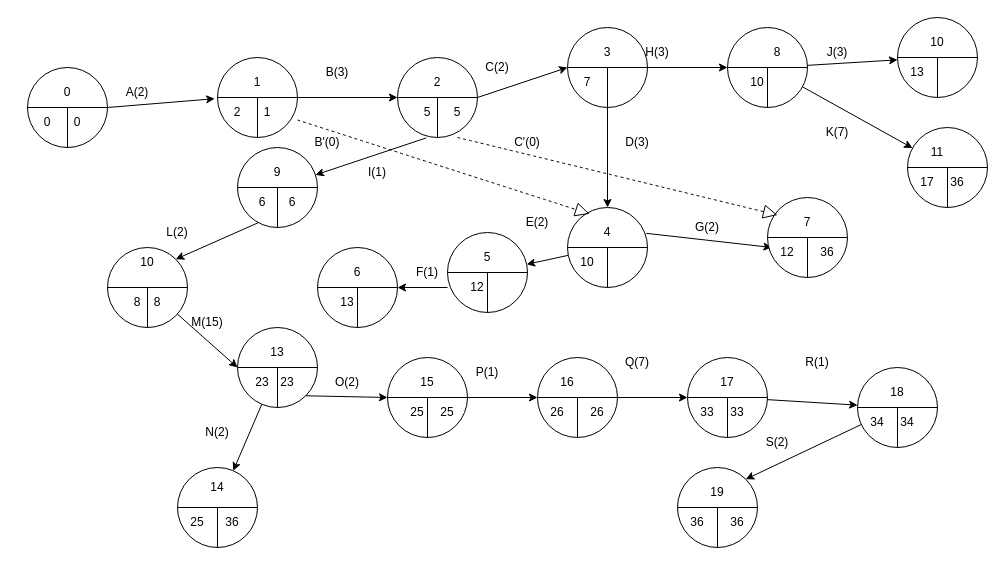
The draw.io diagram page "Page-2" (2 of 2) of organigramme.drawio in fathia09/Projet-Long, before the edit. Source tidied: cells renumbered, new cells numbered last; positions are measured from the earlier drawing's top-left corner, leaving out a move shared by most shapes. Both pictures are drawn from the tidied source at 100%, with x=0, y=0 at pixel (17, 17).
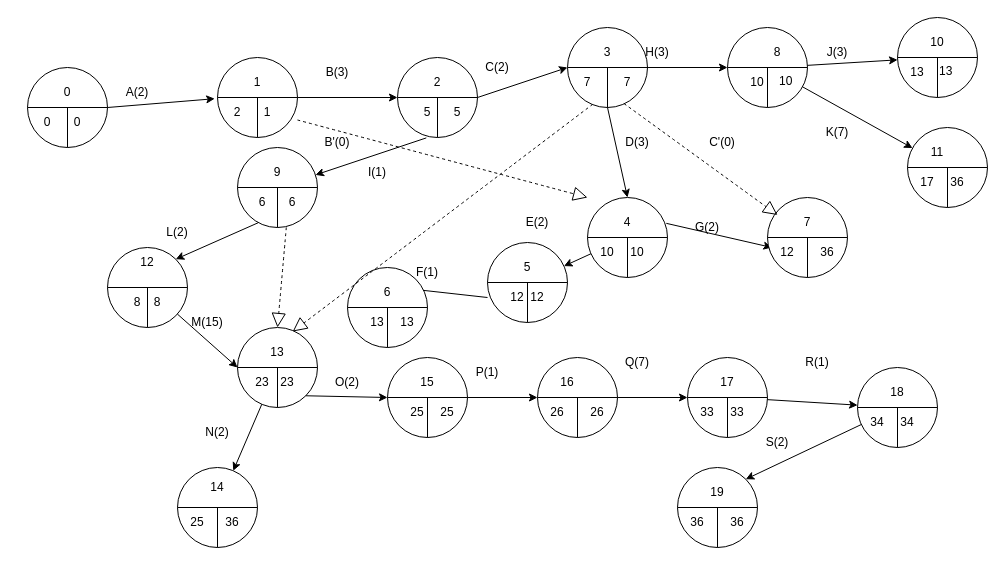
The same diagram, later.

The change refers to these unchanged cells:
```xml
<mxCell id="15" value="1" style="text;html=1;align=center;verticalAlign=middle;whiteSpace=wrap;rounded=0;" parent="9" vertex="1">
  <mxGeometry x="20" y="40" width="60" height="30" as="geometry" />
</mxCell>
<mxCell id="17" style="ellipse;whiteSpace=wrap;html=1;" parent="16" vertex="1">
  <mxGeometry width="80" height="80" as="geometry" />
</mxCell>
<mxCell id="29" style="ellipse;whiteSpace=wrap;html=1;" parent="28" vertex="1">
  <mxGeometry width="80" height="80" as="geometry" />
</mxCell>
<mxCell id="37" style="ellipse;whiteSpace=wrap;html=1;" parent="1" vertex="1">
  <mxGeometry x="220" y="130" width="80" height="80" as="geometry" />
</mxCell>
<mxCell id="43" style="ellipse;whiteSpace=wrap;html=1;" parent="42" vertex="1">
  <mxGeometry width="80" height="80" as="geometry" />
</mxCell>
<mxCell id="91" style="group;" parent="1" vertex="1">
  <mxGeometry x="90" y="230" width="80" height="80" as="geometry" />
</mxCell>
<mxCell id="99" style="ellipse;whiteSpace=wrap;html=1;" parent="98" vertex="1">
  <mxGeometry width="80" height="80" as="geometry" />
</mxCell>
<mxCell id="170" value="7" style="text;html=1;align=center;verticalAlign=middle;whiteSpace=wrap;rounded=0;" parent="166" vertex="1">
  <mxGeometry x="10" y="10" width="60" height="30" as="geometry" />
</mxCell>
```

Diff of the diagram source:
```diff
@@
     <mxCell id="28" style="group;" parent="1" vertex="1">
-      <mxGeometry x="550" y="10" width="80" height="80" as="geometry" />
+      <mxGeometry x="550" y="10" width="90" height="80" as="geometry" />
     </mxCell>
@@
+    <mxCell id="177" value="7" style="text;html=1;align=center;verticalAlign=middle;whiteSpace=wrap;rounded=0;" parent="28" vertex="1">
+      <mxGeometry x="30" y="40" width="60" height="30" as="geometry" />
+    </mxCell>
@@
     <mxCell id="42" style="group;" parent="1" vertex="1">
-      <mxGeometry x="550" y="190" width="80" height="80" as="geometry" />
+      <mxGeometry x="570" y="180" width="80" height="80" as="geometry" />
     </mxCell>
@@
+    <mxCell id="178" value="10" style="text;html=1;align=center;verticalAlign=middle;whiteSpace=wrap;rounded=0;" parent="42" vertex="1">
+      <mxGeometry x="20" y="40" width="60" height="30" as="geometry" />
+    </mxCell>
@@
     <mxCell id="49" style="group;" parent="1" vertex="1">
-      <mxGeometry x="430" y="215" width="80" height="80" as="geometry" />
+      <mxGeometry x="470" y="225" width="80" height="80" as="geometry" />
     </mxCell>
@@
+    <mxCell id="179" value="12" style="text;html=1;align=center;verticalAlign=middle;whiteSpace=wrap;rounded=0;" parent="49" vertex="1">
+      <mxGeometry x="20" y="40" width="60" height="30" as="geometry" />
+    </mxCell>
@@
     <mxCell id="58" style="group;" parent="1" vertex="1">
-      <mxGeometry x="710" y="10" width="80" height="80" as="geometry" />
+      <mxGeometry x="710" y="10" width="100" height="80" as="geometry" />
     </mxCell>
@@
+    <mxCell id="180" value="10" style="text;whiteSpace=wrap;html=1;" parent="58" vertex="1">
+      <mxGeometry x="50" y="40" width="50" height="40" as="geometry" />
+    </mxCell>
     <mxCell id="64" style="group;" parent="1" vertex="1">
-      <mxGeometry x="880" width="80" height="80" as="geometry" />
+      <mxGeometry x="880" width="90" height="80" as="geometry" />
     </mxCell>
@@
+    <mxCell id="181" value="13" style="text;whiteSpace=wrap;html=1;" parent="64" vertex="1">
+      <mxGeometry x="40" y="40" width="50" height="40" as="geometry" />
+    </mxCell>
@@
     <mxCell id="85" style="group;" parent="1" vertex="1">
-      <mxGeometry x="300" y="230" width="80" height="80" as="geometry" />
+      <mxGeometry x="330" y="250" width="90" height="80" as="geometry" />
     </mxCell>
@@
+    <mxCell id="182" value="13" style="text;html=1;align=center;verticalAlign=middle;whiteSpace=wrap;rounded=0;" parent="85" vertex="1">
+      <mxGeometry x="30" y="40" width="60" height="30" as="geometry" />
+    </mxCell>
@@
-    <mxCell id="95" value="10" style="text;html=1;align=center;verticalAlign=middle;whiteSpace=wrap;rounded=0;" parent="91" vertex="1">
+    <mxCell id="95" value="12" style="text;html=1;align=center;verticalAlign=middle;whiteSpace=wrap;rounded=0;" parent="91" vertex="1">
       <mxGeometry x="10" width="60" height="30" as="geometry" />
     </mxCell>
@@
-    <mxCell id="165" style="endArrow=block;dashed=1;endFill=0;endSize=12;html=1;rounded=0;fontSize=12;curved=1;exitX=1;exitY=0.75;exitDx=0;exitDy=0;entryX=0.275;entryY=0.08;entryDx=0;entryDy=0;entryPerimeter=0;" parent="1" edge="1" source="15" target="43">
-      <mxGeometry relative="1" as="geometry" />
+    <mxCell id="165" style="endArrow=block;dashed=1;endFill=0;endSize=12;html=1;rounded=0;fontSize=12;curved=1;exitX=1;exitY=0.75;exitDx=0;exitDy=0;" parent="1" edge="1" source="15">
+      <mxGeometry relative="1" as="geometry">
+        <mxPoint x="570" y="180" as="targetPoint" />
+      </mxGeometry>
     </mxCell>
@@
     <mxCell id="174" value="B'(0)" style="text;html=1;align=center;verticalAlign=middle;whiteSpace=wrap;rounded=0;" parent="1" vertex="1">
-      <mxGeometry x="280" y="110" width="60" height="30" as="geometry" />
+      <mxGeometry x="290" y="110" width="60" height="30" as="geometry" />
     </mxCell>
-    <mxCell id="175" style="endArrow=block;dashed=1;endFill=0;endSize=12;html=1;rounded=0;fontSize=12;curved=1;exitX=0.75;exitY=1;exitDx=0;exitDy=0;entryX=0;entryY=0.25;entryDx=0;entryDy=0;exitPerimeter=0;" parent="1" edge="1" source="17" target="170">
+    <mxCell id="175" style="endArrow=block;dashed=1;endFill=0;endSize=12;html=1;rounded=0;fontSize=12;curved=1;exitX=0.705;exitY=0.95;exitDx=0;exitDy=0;entryX=0;entryY=0.25;entryDx=0;entryDy=0;exitPerimeter=0;" parent="1" edge="1" source="29" target="170">
       <mxGeometry relative="1" as="geometry" />
     </mxCell>
     <mxCell id="176" value="C'(0)" style="text;html=1;align=center;verticalAlign=middle;whiteSpace=wrap;rounded=0;" parent="1" vertex="1">
-      <mxGeometry x="480" y="110" width="60" height="30" as="geometry" />
+      <mxGeometry x="675" y="110" width="60" height="30" as="geometry" />
     </mxCell>
+    <mxCell id="183" style="endArrow=block;dashed=1;endFill=0;endSize=12;html=1;rounded=0;fontSize=12;curved=1;exitX=0.61;exitY=1;exitDx=0;exitDy=0;exitPerimeter=0;entryX=0.5;entryY=0;entryDx=0;entryDy=0;" parent="1" edge="1" source="37" target="99">
+      <mxGeometry relative="1" as="geometry" />
+    </mxCell>
+    <mxCell id="184" style="endArrow=block;dashed=1;endFill=0;endSize=12;html=1;rounded=0;fontSize=12;curved=1;exitX=0.315;exitY=0.96;exitDx=0;exitDy=0;exitPerimeter=0;entryX=0.69;entryY=0.05;entryDx=0;entryDy=0;entryPerimeter=0;" parent="1" edge="1" source="29" target="99">
+      <mxGeometry relative="1" as="geometry" />
+    </mxCell>
```
